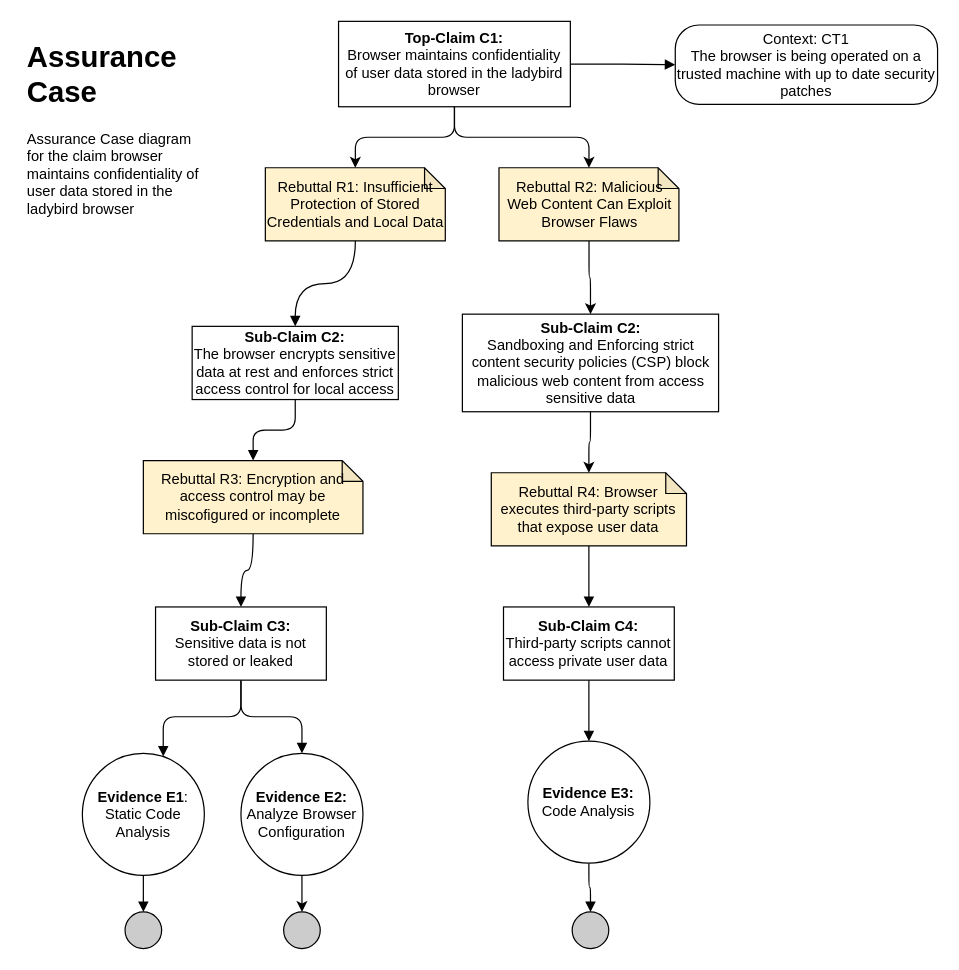
chauler/CYBR8420-Team5-Project keeps this draw.io diagram as docs/Navigate_URL_Assurance_Case.drawio. Above is the earlier version. Source tidied: cells renumbered, new cells numbered last; positions are measured from the earlier drawing's top-left corner, leaving out a move shared by most shapes. Both pictures are drawn from the tidied source at 122%, with x=0, y=0 at pixel (21, 21).
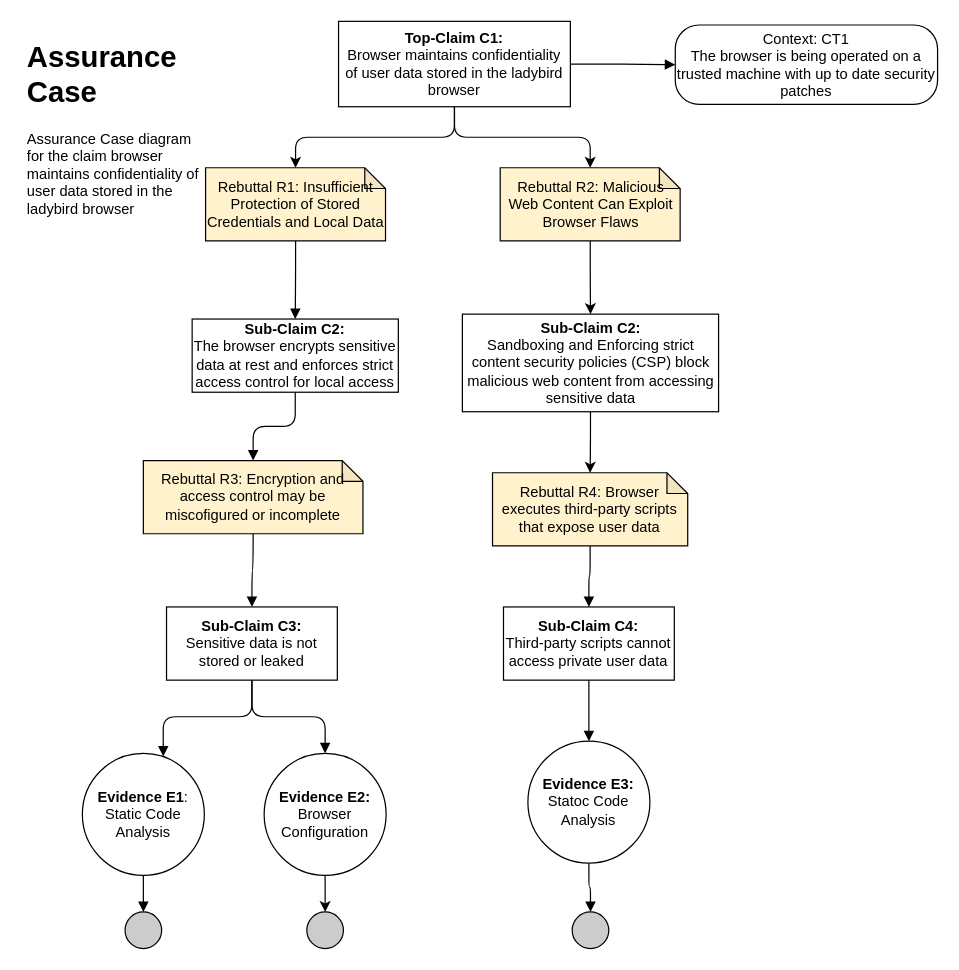
The same page after the edit.

Commit message (it also covers changes not shown here):
updates to Navigate assurance case

Diff of the diagram source:
```diff
@@
     <mxCell id="7" value="Rebuttal R1: Insufficient Protection of Stored Credentials and Local Data" style="shape=note;whiteSpace=wrap;html=1;backgroundOutline=1;darkOpacity=0.05;size=17;fillColor=#FFF2CC;" parent="1" vertex="1">
-      <mxGeometry x="200" y="120" width="147.5" height="60" as="geometry" />
+      <mxGeometry x="151" y="120" width="147.5" height="60" as="geometry" />
     </mxCell>
@@
     <mxCell id="9" value="&lt;b&gt;Sub-Claim C2:&lt;br&gt;&lt;/b&gt;The browser encrypts sensitive data at rest and enforces strict access control for local access" style="rounded=0;whiteSpace=wrap;html=1;" parent="1" vertex="1">
-      <mxGeometry x="140" y="250" width="169" height="60" as="geometry" />
+      <mxGeometry x="140" y="244" width="169" height="60" as="geometry" />
     </mxCell>
@@
     <mxCell id="13" value="Rebuttal R4: Browser executes third-party scripts that expose user data" style="shape=note;whiteSpace=wrap;html=1;backgroundOutline=1;darkOpacity=0.05;size=17;fillColor=#FFF2CC;" parent="1" vertex="1">
-      <mxGeometry x="385.2" y="370" width="160" height="60" as="geometry" />
+      <mxGeometry x="386.2" y="370" width="160" height="60" as="geometry" />
     </mxCell>
@@
     <mxCell id="16" value="&lt;b&gt;Sub-Claim C3:&lt;br&gt;&lt;/b&gt;Sensitive data is not stored or leaked" style="rounded=0;whiteSpace=wrap;html=1;" parent="1" vertex="1">
-      <mxGeometry x="110" y="480" width="140" height="60" as="geometry" />
+      <mxGeometry x="119" y="480" width="140" height="60" as="geometry" />
     </mxCell>
@@
-    <mxCell id="22" value="&lt;b&gt;Evidence E2:&lt;/b&gt;&lt;br&gt;Analyze Browser Configuration" style="ellipse;whiteSpace=wrap;html=1;fillColor=#ffffff;rounded=0;" parent="1" vertex="1">
-      <mxGeometry x="180" y="600" width="100" height="100" as="geometry" />
+    <mxCell id="22" value="&lt;b&gt;Evidence E2:&lt;/b&gt;&lt;div&gt;Browser Configuration&lt;/div&gt;" style="ellipse;whiteSpace=wrap;html=1;fillColor=#ffffff;rounded=0;" parent="1" vertex="1">
+      <mxGeometry x="199" y="600" width="100" height="100" as="geometry" />
     </mxCell>
@@
     <mxCell id="24" style="ellipse;whiteSpace=wrap;html=1;fillColor=#CCCCCC;" parent="1" vertex="1">
-      <mxGeometry x="215" y="730" width="30" height="30" as="geometry" />
+      <mxGeometry x="234" y="730" width="30" height="30" as="geometry" />
     </mxCell>
@@
-    <mxCell id="26" value="&lt;b&gt;Evidence E3:&lt;/b&gt;&lt;br&gt;Code Analysis" style="ellipse;whiteSpace=wrap;html=1;fillColor=#ffffff;rounded=0;" parent="1" vertex="1">
+    <mxCell id="26" value="&lt;b&gt;Evidence E3:&lt;/b&gt;&lt;br&gt;Statoc Code Analysis" style="ellipse;whiteSpace=wrap;html=1;fillColor=#ffffff;rounded=0;" parent="1" vertex="1">
       <mxGeometry x="415.2" y="590" width="100" height="100" as="geometry" />
     </mxCell>
@@
     <mxCell id="29" value="Rebuttal R2: Malicious Web Content Can Exploit Browser Flaws" style="shape=note;whiteSpace=wrap;html=1;backgroundOutline=1;darkOpacity=0.05;size=17;fillColor=#FFF2CC;" parent="1" vertex="1">
-      <mxGeometry x="391.5" y="120" width="147.5" height="60" as="geometry" />
+      <mxGeometry x="392.5" y="120" width="147.5" height="60" as="geometry" />
     </mxCell>
@@
-    <mxCell id="31" value="&lt;b&gt;Sub-Claim C2:&lt;br&gt;&lt;/b&gt;Sandboxing and Enforcing strict content security policies (CSP) block malicious web content from access sensitive data" style="rounded=0;whiteSpace=wrap;html=1;strokeColor=default;" parent="1" vertex="1">
+    <mxCell id="31" value="&lt;b&gt;Sub-Claim C2:&lt;br&gt;&lt;/b&gt;Sandboxing and Enforcing strict content security policies (CSP) block malicious web content from accessing sensitive data" style="rounded=0;whiteSpace=wrap;html=1;strokeColor=default;" parent="1" vertex="1">
       <mxGeometry x="361.5" y="240" width="210" height="80" as="geometry" />
     </mxCell>
```
